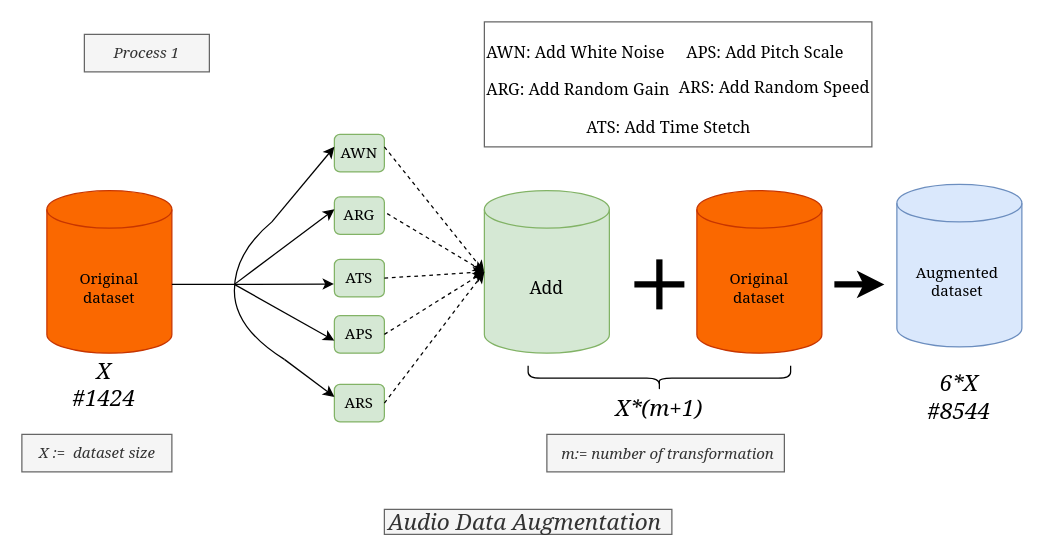
Earlier version of the draw.io diagram page "Process1-classic" (1 of 7) of Diagramme sans nom.drawio (papasega/DeepLearning_Shared_PSW). Source tidied: cells renumbered, new cells numbered last; positions are measured from the earlier drawing's top-left corner, leaving out a move shared by most shapes. Both pictures are drawn from the tidied source at 125%, with x=0, y=0 at pixel (21, 21).
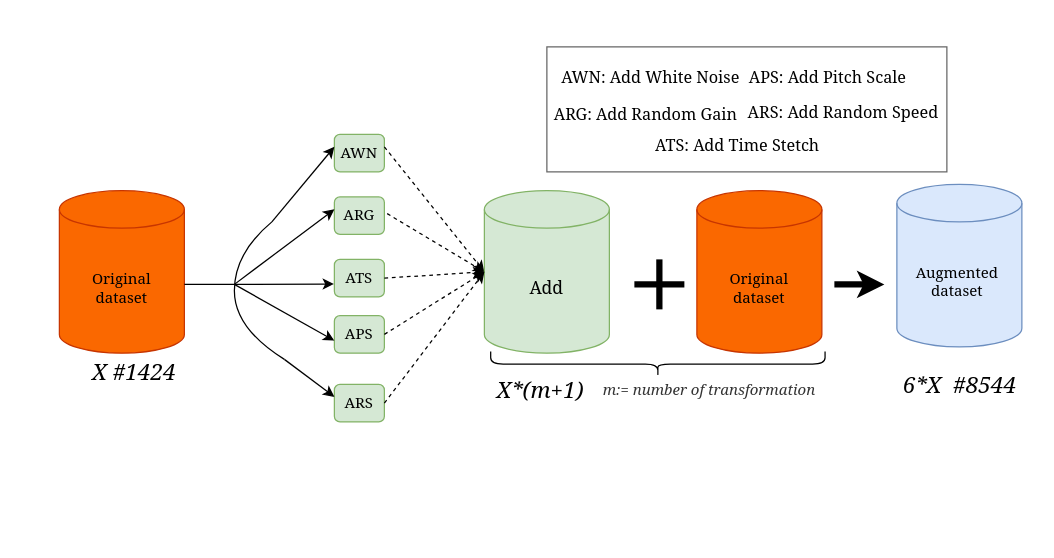
After the change.

What changed in the source:
```diff
@@
     <mxCell id="2" value="&lt;font face=&quot;Georgia&quot;&gt;Original&lt;br&gt;dataset&lt;/font&gt;" style="shape=cylinder3;whiteSpace=wrap;html=1;boundedLbl=1;backgroundOutline=1;size=15;fillColor=#fa6800;fontColor=#000000;strokeColor=#C73500;" parent="1" vertex="1">
-      <mxGeometry x="20" y="135" width="100" height="130" as="geometry" />
+      <mxGeometry x="30" y="135" width="100" height="130" as="geometry" />
     </mxCell>
     <mxCell id="3" style="endArrow=none;html=1;rounded=0;" parent="1" edge="1">
       <mxGeometry relative="1" as="geometry">
-        <mxPoint x="120" y="210" as="sourcePoint" />
+        <mxPoint x="130" y="210" as="sourcePoint" />
         <mxPoint x="170" y="210" as="targetPoint" />
       </mxGeometry>
     </mxCell>
@@
-    <mxCell id="15" value="&lt;i&gt;&lt;font face=&quot;Georgia&quot;&gt;Process 1&lt;/font&gt;&lt;/i&gt;" style="rounded=0;whiteSpace=wrap;html=1;strokeColor=#666666;fillColor=#f5f5f5;fontColor=#333333;" parent="1" vertex="1">
-      <mxGeometry x="50" y="10" width="100" height="30" as="geometry" />
-    </mxCell>
@@
     <mxCell id="23" style="endArrow=none;html=1;rounded=0;strokeWidth=5;" parent="1" edge="1">
       <mxGeometry relative="1" as="geometry">
         <mxPoint x="530" y="210" as="sourcePoint" />
         <mxPoint x="490" y="210" as="targetPoint" />
-        <Array as="points">
-          <mxPoint x="510" y="210" />
-        </Array>
       </mxGeometry>
     </mxCell>
@@
-    <mxCell id="27" value="&lt;i&gt;&lt;font style=&quot;font-size: 18px;&quot; face=&quot;Georgia&quot;&gt;X&lt;br&gt;#1424&lt;br&gt;&lt;/font&gt;&lt;/i&gt;" style="rounded=0;whiteSpace=wrap;html=1;strokeColor=#FFFFFF;" parent="1" vertex="1">
-      <mxGeometry x="41" y="280" width="50" height="20" as="geometry" />
+    <mxCell id="27" value="&lt;i&gt;&lt;font style=&quot;font-size: 18px;&quot; face=&quot;Georgia&quot;&gt;X #1424&lt;br&gt;&lt;/font&gt;&lt;/i&gt;" style="rounded=0;whiteSpace=wrap;html=1;strokeColor=#FFFFFF;" parent="1" vertex="1">
+      <mxGeometry x="40" y="270" width="100" height="20" as="geometry" />
     </mxCell>
-    <mxCell id="28" value="&lt;i&gt;&lt;font style=&quot;font-size: 18px;&quot; face=&quot;Georgia&quot;&gt;6*X&lt;br&gt;#8544&lt;br&gt;&lt;/font&gt;&lt;/i&gt;" style="rounded=0;whiteSpace=wrap;html=1;strokeColor=#FFFFFF;" parent="1" vertex="1">
-      <mxGeometry x="725" y="290" width="50" height="20" as="geometry" />
+    <mxCell id="28" value="&lt;i&gt;&lt;font style=&quot;font-size: 18px;&quot; face=&quot;Georgia&quot;&gt;6*X&amp;nbsp; #8544&lt;br&gt;&lt;/font&gt;&lt;/i&gt;" style="rounded=0;whiteSpace=wrap;html=1;strokeColor=#FFFFFF;" parent="1" vertex="1">
+      <mxGeometry x="692.5" y="275" width="115" height="30" as="geometry" />
     </mxCell>
-    <mxCell id="29" value="&lt;i&gt;&lt;font style=&quot;font-size: 18px;&quot; face=&quot;Georgia&quot;&gt;Audio Data Augmentation&amp;nbsp;&lt;/font&gt;&lt;/i&gt;" style="rounded=0;whiteSpace=wrap;html=1;strokeColor=#666666;fillColor=#f5f5f5;fontColor=#333333;" parent="1" vertex="1">
-      <mxGeometry x="290" y="390" width="230" height="20" as="geometry" />
-    </mxCell>
     <mxCell id="30" value="&lt;font style=&quot;font-size: 13px;&quot;&gt;&lt;span style=&quot;white-space: pre;&quot;&gt; &lt;/span&gt;&lt;span style=&quot;white-space: pre;&quot;&gt; &lt;/span&gt;&lt;span style=&quot;white-space: pre;&quot;&gt; &lt;/span&gt;&lt;span style=&quot;white-space: pre;&quot;&gt; &lt;/span&gt;ARS: Add Random Speed&lt;/font&gt;" style="text;html=1;align=center;verticalAlign=middle;strokeColor=none;fillColor=none;fontSize=18;fontFamily=Georgia;" parent="1" vertex="1">
-      <mxGeometry x="505" y="30" width="180" height="40" as="geometry" />
+      <mxGeometry x="560" y="50" width="180" height="40" as="geometry" />
     </mxCell>
     <mxCell id="31" value="&lt;span style=&quot;color: rgb(0, 0, 0); font-family: Georgia; font-size: 13px; font-style: normal; font-variant-ligatures: normal; font-variant-caps: normal; font-weight: 400; letter-spacing: normal; orphans: 2; text-align: center; text-indent: 0px; text-transform: none; widows: 2; word-spacing: 0px; -webkit-text-stroke-width: 0px; background-color: rgb(255, 255, 255); text-decoration-thickness: initial; text-decoration-style: initial; text-decoration-color: initial;&quot;&gt; &lt;/span&gt;&lt;span style=&quot;color: rgb(0, 0, 0); font-family: Georgia; font-size: 13px; font-style: normal; font-variant-ligatures: normal; font-variant-caps: normal; font-weight: 400; letter-spacing: normal; orphans: 2; text-align: center; text-indent: 0px; text-transform: none; widows: 2; word-spacing: 0px; -webkit-text-stroke-width: 0px; background-color: rgb(255, 255, 255); text-decoration-thickness: initial; text-decoration-style: initial; text-decoration-color: initial;&quot;&gt; &lt;/span&gt;&lt;span style=&quot;color: rgb(0, 0, 0); font-family: Georgia; font-size: 13px; font-style: normal; font-variant-ligatures: normal; font-variant-caps: normal; font-weight: 400; letter-spacing: normal; orphans: 2; text-align: center; text-indent: 0px; text-transform: none; widows: 2; word-spacing: 0px; -webkit-text-stroke-width: 0px; background-color: rgb(255, 255, 255); text-decoration-thickness: initial; text-decoration-style: initial; text-decoration-color: initial;&quot;&gt; &lt;/span&gt;&lt;span style=&quot;color: rgb(0, 0, 0); font-family: Georgia; font-size: 13px; font-style: normal; font-variant-ligatures: normal; font-variant-caps: normal; font-weight: 400; letter-spacing: normal; orphans: 2; text-align: center; text-indent: 0px; text-transform: none; widows: 2; word-spacing: 0px; -webkit-text-stroke-width: 0px; background-color: rgb(255, 255, 255); text-decoration-thickness: initial; text-decoration-style: initial; text-decoration-color: initial;&quot;&gt; &lt;/span&gt;&lt;span style=&quot;color: rgb(0, 0, 0); font-family: Georgia; font-size: 13px; font-style: normal; font-variant-ligatures: normal; font-variant-caps: normal; font-weight: 400; letter-spacing: normal; orphans: 2; text-align: center; text-indent: 0px; text-transform: none; widows: 2; word-spacing: 0px; -webkit-text-stroke-width: 0px; background-color: rgb(255, 255, 255); text-decoration-thickness: initial; text-decoration-style: initial; text-decoration-color: initial; float: none; display: inline !important;&quot;&gt;AWN: Add White Noise&lt;/span&gt;" style="text;whiteSpace=wrap;html=1;fontSize=13;fontFamily=Georgia;" parent="1" vertex="1">
-      <mxGeometry x="370" y="10" width="170" height="40" as="geometry" />
+      <mxGeometry x="430" y="30" width="170" height="40" as="geometry" />
     </mxCell>
     <mxCell id="32" value="&lt;span style=&quot;color: rgb(0, 0, 0); font-family: Georgia; font-size: 13px; font-style: normal; font-variant-ligatures: normal; font-variant-caps: normal; font-weight: 400; letter-spacing: normal; orphans: 2; text-align: center; text-indent: 0px; text-transform: none; widows: 2; word-spacing: 0px; -webkit-text-stroke-width: 0px; background-color: rgb(255, 255, 255); text-decoration-thickness: initial; text-decoration-style: initial; text-decoration-color: initial;&quot;&gt; &lt;/span&gt;&lt;span style=&quot;color: rgb(0, 0, 0); font-family: Georgia; font-size: 13px; font-style: normal; font-variant-ligatures: normal; font-variant-caps: normal; font-weight: 400; letter-spacing: normal; orphans: 2; text-align: center; text-indent: 0px; text-transform: none; widows: 2; word-spacing: 0px; -webkit-text-stroke-width: 0px; background-color: rgb(255, 255, 255); text-decoration-thickness: initial; text-decoration-style: initial; text-decoration-color: initial;&quot;&gt; &lt;/span&gt;&lt;span style=&quot;color: rgb(0, 0, 0); font-family: Georgia; font-size: 13px; font-style: normal; font-variant-ligatures: normal; font-variant-caps: normal; font-weight: 400; letter-spacing: normal; orphans: 2; text-align: center; text-indent: 0px; text-transform: none; widows: 2; word-spacing: 0px; -webkit-text-stroke-width: 0px; background-color: rgb(255, 255, 255); text-decoration-thickness: initial; text-decoration-style: initial; text-decoration-color: initial;&quot;&gt; &lt;/span&gt;&lt;span style=&quot;color: rgb(0, 0, 0); font-family: Georgia; font-size: 13px; font-style: normal; font-variant-ligatures: normal; font-variant-caps: normal; font-weight: 400; letter-spacing: normal; orphans: 2; text-align: center; text-indent: 0px; text-transform: none; widows: 2; word-spacing: 0px; -webkit-text-stroke-width: 0px; background-color: rgb(255, 255, 255); text-decoration-thickness: initial; text-decoration-style: initial; text-decoration-color: initial;&quot;&gt; &lt;/span&gt;&lt;span style=&quot;color: rgb(0, 0, 0); font-family: Georgia; font-size: 13px; font-style: normal; font-variant-ligatures: normal; font-variant-caps: normal; font-weight: 400; letter-spacing: normal; orphans: 2; text-align: center; text-indent: 0px; text-transform: none; widows: 2; word-spacing: 0px; -webkit-text-stroke-width: 0px; background-color: rgb(255, 255, 255); text-decoration-thickness: initial; text-decoration-style: initial; text-decoration-color: initial; float: none; display: inline !important;&quot;&gt;APS: Add Pitch Scale&lt;/span&gt;" style="text;whiteSpace=wrap;html=1;fontSize=13;fontFamily=Georgia;" parent="1" vertex="1">
-      <mxGeometry x="530" y="10" width="170" height="40" as="geometry" />
+      <mxGeometry x="580" y="30" width="170" height="40" as="geometry" />
     </mxCell>
     <mxCell id="33" value="&lt;span style=&quot;color: rgb(0, 0, 0); font-family: Georgia; font-size: 13px; font-style: normal; font-variant-ligatures: normal; font-variant-caps: normal; font-weight: 400; letter-spacing: normal; orphans: 2; text-align: center; text-indent: 0px; text-transform: none; widows: 2; word-spacing: 0px; -webkit-text-stroke-width: 0px; background-color: rgb(255, 255, 255); text-decoration-thickness: initial; text-decoration-style: initial; text-decoration-color: initial;&quot;&gt; &lt;/span&gt;&lt;span style=&quot;color: rgb(0, 0, 0); font-family: Georgia; font-size: 13px; font-style: normal; font-variant-ligatures: normal; font-variant-caps: normal; font-weight: 400; letter-spacing: normal; orphans: 2; text-align: center; text-indent: 0px; text-transform: none; widows: 2; word-spacing: 0px; -webkit-text-stroke-width: 0px; background-color: rgb(255, 255, 255); text-decoration-thickness: initial; text-decoration-style: initial; text-decoration-color: initial;&quot;&gt; &lt;/span&gt;&lt;span style=&quot;color: rgb(0, 0, 0); font-family: Georgia; font-size: 13px; font-style: normal; font-variant-ligatures: normal; font-variant-caps: normal; font-weight: 400; letter-spacing: normal; orphans: 2; text-align: center; text-indent: 0px; text-transform: none; widows: 2; word-spacing: 0px; -webkit-text-stroke-width: 0px; background-color: rgb(255, 255, 255); text-decoration-thickness: initial; text-decoration-style: initial; text-decoration-color: initial;&quot;&gt; &lt;/span&gt;&lt;span style=&quot;color: rgb(0, 0, 0); font-family: Georgia; font-size: 13px; font-style: normal; font-variant-ligatures: normal; font-variant-caps: normal; font-weight: 400; letter-spacing: normal; orphans: 2; text-align: center; text-indent: 0px; text-transform: none; widows: 2; word-spacing: 0px; -webkit-text-stroke-width: 0px; background-color: rgb(255, 255, 255); text-decoration-thickness: initial; text-decoration-style: initial; text-decoration-color: initial;&quot;&gt; &lt;/span&gt;&lt;span style=&quot;color: rgb(0, 0, 0); font-family: Georgia; font-size: 13px; font-style: normal; font-variant-ligatures: normal; font-variant-caps: normal; font-weight: 400; letter-spacing: normal; orphans: 2; text-align: center; text-indent: 0px; text-transform: none; widows: 2; word-spacing: 0px; -webkit-text-stroke-width: 0px; background-color: rgb(255, 255, 255); text-decoration-thickness: initial; text-decoration-style: initial; text-decoration-color: initial; float: none; display: inline !important;&quot;&gt;ARG: Add Random Gain&lt;/span&gt;" style="text;whiteSpace=wrap;html=1;fontSize=13;fontFamily=Georgia;" parent="1" vertex="1">
-      <mxGeometry x="370" y="40" width="170" height="40" as="geometry" />
+      <mxGeometry x="423.8" y="60" width="170" height="40" as="geometry" />
     </mxCell>
     <mxCell id="34" value="&lt;span style=&quot;color: rgb(0, 0, 0); font-family: Georgia; font-size: 13px; font-style: normal; font-variant-ligatures: normal; font-variant-caps: normal; font-weight: 400; letter-spacing: normal; orphans: 2; text-align: center; text-indent: 0px; text-transform: none; widows: 2; word-spacing: 0px; -webkit-text-stroke-width: 0px; background-color: rgb(255, 255, 255); text-decoration-thickness: initial; text-decoration-style: initial; text-decoration-color: initial;&quot;&gt; &lt;/span&gt;&lt;span style=&quot;color: rgb(0, 0, 0); font-family: Georgia; font-size: 13px; font-style: normal; font-variant-ligatures: normal; font-variant-caps: normal; font-weight: 400; letter-spacing: normal; orphans: 2; text-align: center; text-indent: 0px; text-transform: none; widows: 2; word-spacing: 0px; -webkit-text-stroke-width: 0px; background-color: rgb(255, 255, 255); text-decoration-thickness: initial; text-decoration-style: initial; text-decoration-color: initial;&quot;&gt; &lt;/span&gt;&lt;span style=&quot;color: rgb(0, 0, 0); font-family: Georgia; font-size: 13px; font-style: normal; font-variant-ligatures: normal; font-variant-caps: normal; font-weight: 400; letter-spacing: normal; orphans: 2; text-align: center; text-indent: 0px; text-transform: none; widows: 2; word-spacing: 0px; -webkit-text-stroke-width: 0px; background-color: rgb(255, 255, 255); text-decoration-thickness: initial; text-decoration-style: initial; text-decoration-color: initial;&quot;&gt; &lt;/span&gt;&lt;span style=&quot;color: rgb(0, 0, 0); font-family: Georgia; font-size: 13px; font-style: normal; font-variant-ligatures: normal; font-variant-caps: normal; font-weight: 400; letter-spacing: normal; orphans: 2; text-align: center; text-indent: 0px; text-transform: none; widows: 2; word-spacing: 0px; -webkit-text-stroke-width: 0px; background-color: rgb(255, 255, 255); text-decoration-thickness: initial; text-decoration-style: initial; text-decoration-color: initial;&quot;&gt; &lt;/span&gt;&lt;span style=&quot;color: rgb(0, 0, 0); font-family: Georgia; font-size: 13px; font-style: normal; font-variant-ligatures: normal; font-variant-caps: normal; font-weight: 400; letter-spacing: normal; orphans: 2; text-align: center; text-indent: 0px; text-transform: none; widows: 2; word-spacing: 0px; -webkit-text-stroke-width: 0px; background-color: rgb(255, 255, 255); text-decoration-thickness: initial; text-decoration-style: initial; text-decoration-color: initial; float: none; display: inline !important;&quot;&gt;ATS: Add Time Stetch&lt;/span&gt;" style="text;whiteSpace=wrap;html=1;fontSize=13;fontFamily=Georgia;" parent="1" vertex="1">
-      <mxGeometry x="450" y="70" width="170" height="40" as="geometry" />
+      <mxGeometry x="505" y="85" width="170" height="40" as="geometry" />
     </mxCell>
     <mxCell id="35" style="shape=curlyBracket;whiteSpace=wrap;html=1;rounded=1;strokeColor=#000000;strokeWidth=1;fontFamily=Georgia;fontSize=13;fillColor=#FFFFFF;gradientColor=none;rotation=-90;size=0.5;" parent="1" vertex="1">
-      <mxGeometry x="500" y="180" width="20" height="210" as="geometry" />
+      <mxGeometry x="498.8" y="140" width="20" height="267.5" as="geometry" />
     </mxCell>
     <mxCell id="36" style="rounded=0;whiteSpace=wrap;html=1;strokeWidth=1;fontFamily=Georgia;fontSize=13;fillColor=none;fontColor=#333333;strokeColor=#666666;gradientColor=none;" parent="1" vertex="1">
-      <mxGeometry x="370" width="310" height="100" as="geometry" />
+      <mxGeometry x="420" y="20" width="320" height="100" as="geometry" />
     </mxCell>
     <mxCell id="37" value="&lt;i&gt;&lt;font style=&quot;font-size: 18px;&quot; face=&quot;Georgia&quot;&gt;X*(m+1)&lt;br&gt;&lt;br&gt;&lt;/font&gt;&lt;/i&gt;" style="rounded=0;whiteSpace=wrap;html=1;strokeColor=#FFFFFF;" parent="1" vertex="1">
-      <mxGeometry x="465" y="310" width="90" height="20" as="geometry" />
+      <mxGeometry x="370" y="295" width="90" height="20" as="geometry" />
     </mxCell>
-    <mxCell id="38" value="&lt;i&gt;X :=&amp;nbsp; dataset size&lt;/i&gt;" style="text;html=1;align=center;verticalAlign=middle;strokeColor=#666666;fillColor=#f5f5f5;fontSize=12;fontFamily=Georgia;fontColor=#333333;" parent="1" vertex="1">
-      <mxGeometry y="330" width="120" height="30" as="geometry" />
-    </mxCell>
-    <mxCell id="39" value="&lt;i style=&quot;color: rgb(51, 51, 51); font-size: 13px; font-family: Helvetica;&quot;&gt;&lt;font style=&quot;font-size: 12px;&quot; face=&quot;Georgia&quot;&gt;&amp;nbsp;m:= number of transformation&lt;/font&gt;&lt;/i&gt;" style="text;html=1;align=center;verticalAlign=middle;strokeColor=#666666;fillColor=#f5f5f5;fontSize=12;fontFamily=Georgia;fontColor=#333333;" parent="1" vertex="1">
-      <mxGeometry x="420" y="330" width="190" height="30" as="geometry" />
+    <mxCell id="39" value="&lt;i style=&quot;border-color: var(--border-color); color: rgb(51, 51, 51); font-variant-ligatures: normal; font-variant-caps: normal; font-weight: 400; letter-spacing: normal; orphans: 2; text-align: center; text-indent: 0px; text-transform: none; widows: 2; word-spacing: 0px; -webkit-text-stroke-width: 0px; background-color: rgb(255, 255, 255); text-decoration-thickness: initial; text-decoration-style: initial; text-decoration-color: initial; font-size: 13px; font-family: Helvetica;&quot;&gt;&lt;font style=&quot;border-color: var(--border-color); font-size: 12px;&quot; face=&quot;Georgia&quot;&gt;&amp;nbsp;m:= number of transformation&lt;/font&gt;&lt;/i&gt;" style="text;whiteSpace=wrap;html=1;" parent="1" vertex="1">
+      <mxGeometry x="460" y="280" width="200" height="40" as="geometry" />
     </mxCell>
```
